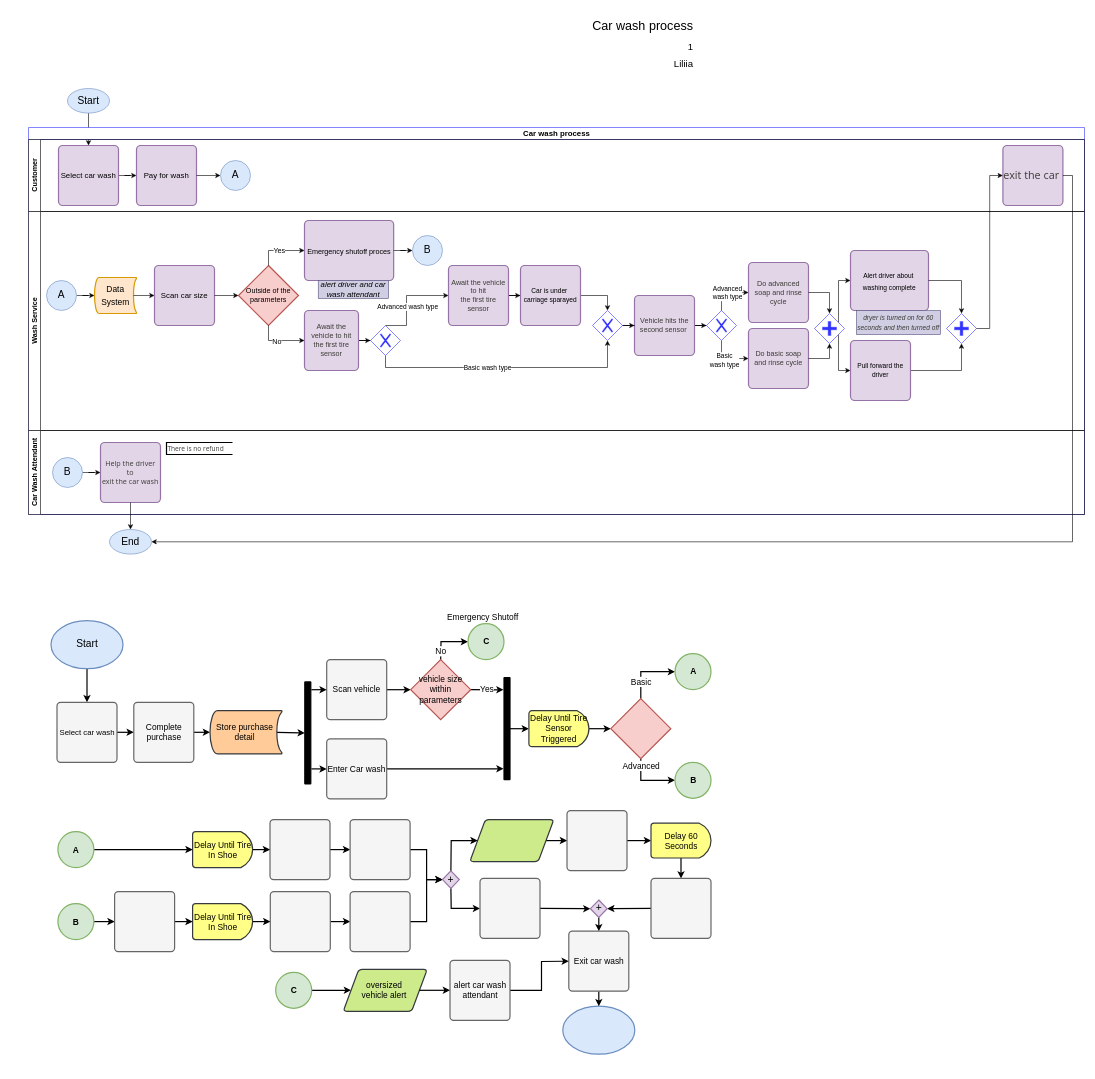
The draw.io diagram page "Page-13" (13 of 13) of Udemy_Diagram_1.drawio in lil971/FirstRepository, before the edit. Source tidied: cells renumbered, new cells numbered last; positions are measured from the earlier drawing's top-left corner, leaving out a move shared by most shapes. Both pictures are drawn from the tidied source at 60%, with x=0, y=0 at pixel (10, 10).
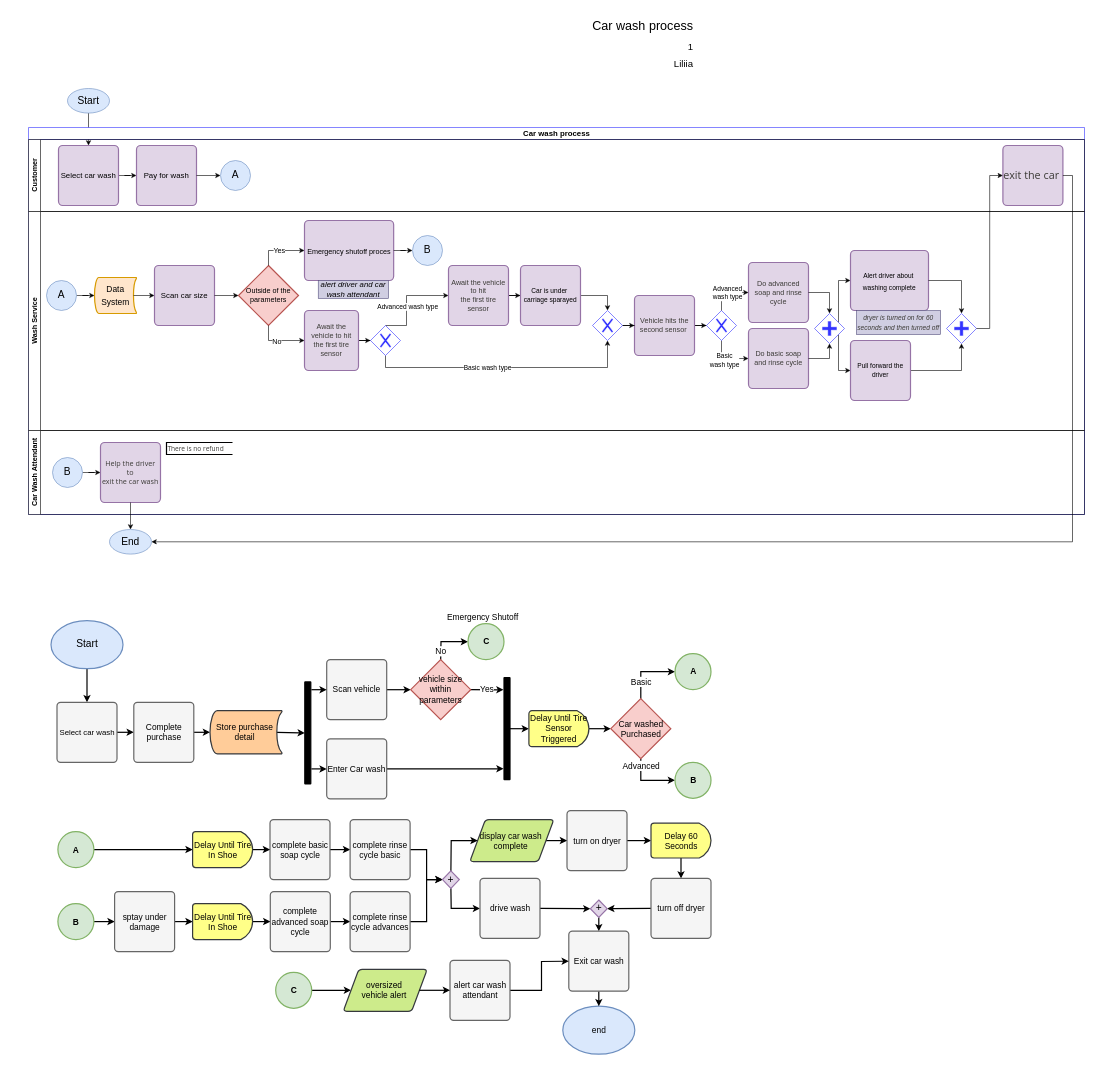
Above is the later version.

Change to the diagram source:
```diff
@@
-    <mxCell id="95" style="strokeWidth=2;html=1;shape=mxgraph.flowchart.decision;whiteSpace=wrap;rounded=0;shadow=0;fillColor=#f8cecc;fontSize=14;align=center;strokeColor=#b85450;" parent="1" vertex="1">
+    <mxCell id="95" value="Car washed Purchased" style="strokeWidth=2;html=1;shape=mxgraph.flowchart.decision;whiteSpace=wrap;rounded=0;shadow=0;fillColor=#f8cecc;fontSize=14;align=center;strokeColor=#b85450;" parent="1" vertex="1">
       <mxGeometry x="1000.5" y="1147" width="100" height="100" as="geometry" />
     </mxCell>
@@
-    <mxCell id="103" style="strokeWidth=2;html=1;shape=mxgraph.flowchart.process;whiteSpace=wrap;rounded=0;shadow=0;fillColor=#f5f5f5;fontSize=14;strokeColor=#666666;align=center;" parent="1" vertex="1">
+    <mxCell id="103" value="sptay under damage" style="strokeWidth=2;html=1;shape=mxgraph.flowchart.process;whiteSpace=wrap;rounded=0;shadow=0;fillColor=#f5f5f5;fontSize=14;strokeColor=#666666;align=center;" parent="1" vertex="1">
       <mxGeometry x="173.5" y="1468.5" width="100" height="100" as="geometry" />
     </mxCell>
@@
-    <mxCell id="105" style="strokeWidth=2;html=1;shape=mxgraph.flowchart.process;whiteSpace=wrap;rounded=0;shadow=0;fillColor=#f5f5f5;fontSize=14;strokeColor=#666666;align=center;" parent="1" vertex="1">
+    <mxCell id="105" value="&lt;span&gt;complete advanced soap cycle&lt;/span&gt;" style="strokeWidth=2;html=1;shape=mxgraph.flowchart.process;whiteSpace=wrap;rounded=0;shadow=0;fillColor=#f5f5f5;fontSize=14;strokeColor=#666666;align=center;" parent="1" vertex="1">
       <mxGeometry x="433" y="1468.5" width="100" height="100" as="geometry" />
     </mxCell>
@@
-    <mxCell id="107" style="strokeWidth=2;html=1;shape=mxgraph.flowchart.process;whiteSpace=wrap;rounded=0;shadow=0;fillColor=#f5f5f5;fontSize=14;strokeColor=#666666;align=center;" parent="1" vertex="1">
+    <mxCell id="107" value="&lt;span&gt;complete rinse cycle advances&lt;/span&gt;" style="strokeWidth=2;html=1;shape=mxgraph.flowchart.process;whiteSpace=wrap;rounded=0;shadow=0;fillColor=#f5f5f5;fontSize=14;strokeColor=#666666;align=center;" parent="1" vertex="1">
       <mxGeometry x="566" y="1468.5" width="100" height="100" as="geometry" />
     </mxCell>
@@
-    <mxCell id="109" style="strokeWidth=2;html=1;shape=mxgraph.flowchart.process;whiteSpace=wrap;rounded=0;shadow=0;fillColor=#f5f5f5;fontSize=14;strokeColor=#666666;align=center;" parent="1" vertex="1">
+    <mxCell id="109" value="complete basic soap cycle" style="strokeWidth=2;html=1;shape=mxgraph.flowchart.process;whiteSpace=wrap;rounded=0;shadow=0;fillColor=#f5f5f5;fontSize=14;strokeColor=#666666;align=center;" parent="1" vertex="1">
       <mxGeometry x="432.5" y="1348.5" width="100" height="100" as="geometry" />
     </mxCell>
@@
-    <mxCell id="111" style="strokeWidth=2;html=1;shape=mxgraph.flowchart.process;whiteSpace=wrap;rounded=0;shadow=0;fillColor=#f5f5f5;fontSize=14;strokeColor=#666666;align=center;" parent="1" vertex="1">
+    <mxCell id="111" value="complete rinse cycle basic" style="strokeWidth=2;html=1;shape=mxgraph.flowchart.process;whiteSpace=wrap;rounded=0;shadow=0;fillColor=#f5f5f5;fontSize=14;strokeColor=#666666;align=center;" parent="1" vertex="1">
       <mxGeometry x="566" y="1348.5" width="100" height="100" as="geometry" />
     </mxCell>
@@
-    <mxCell id="113" style="strokeWidth=2;html=1;shape=mxgraph.flowchart.process;whiteSpace=wrap;rounded=0;shadow=0;fillColor=#f5f5f5;fontSize=14;strokeColor=#666666;align=center;" parent="1" vertex="1">
+    <mxCell id="113" value="turn on dryer" style="strokeWidth=2;html=1;shape=mxgraph.flowchart.process;whiteSpace=wrap;rounded=0;shadow=0;fillColor=#f5f5f5;fontSize=14;strokeColor=#666666;align=center;" parent="1" vertex="1">
       <mxGeometry x="927.5" y="1333.5" width="100" height="100" as="geometry" />
     </mxCell>
@@
-    <mxCell id="123" style="verticalLabelPosition=middle;verticalAlign=middle;html=1;strokeWidth=2;shape=parallelogram;perimeter=parallelogramPerimeter;whiteSpace=wrap;rounded=1;arcSize=12;size=0.18571428571428733;shadow=0;fillColor=#cdeb8b;fontSize=14;align=center;labelPosition=center;strokeColor=#36393d;spacingLeft=-4;" parent="1" vertex="1">
+    <mxCell id="123" value="display car wash complete" style="verticalLabelPosition=middle;verticalAlign=middle;html=1;strokeWidth=2;shape=parallelogram;perimeter=parallelogramPerimeter;whiteSpace=wrap;rounded=1;arcSize=12;size=0.18571428571428733;shadow=0;fillColor=#cdeb8b;fontSize=14;align=center;labelPosition=center;strokeColor=#36393d;spacingLeft=-4;" parent="1" vertex="1">
       <mxGeometry x="765.5" y="1348.5" width="140" height="70" as="geometry" />
     </mxCell>
@@
-    <mxCell id="129" style="strokeWidth=2;html=1;shape=mxgraph.flowchart.process;whiteSpace=wrap;rounded=0;shadow=0;fillColor=#f5f5f5;fontSize=14;strokeColor=#666666;align=center;" parent="1" vertex="1">
+    <mxCell id="129" value="&lt;span&gt;turn off dryer&lt;/span&gt;" style="strokeWidth=2;html=1;shape=mxgraph.flowchart.process;whiteSpace=wrap;rounded=0;shadow=0;fillColor=#f5f5f5;fontSize=14;strokeColor=#666666;align=center;" parent="1" vertex="1">
       <mxGeometry x="1067.5" y="1446.5" width="100" height="100" as="geometry" />
     </mxCell>
-    <mxCell id="130" style="ellipse;whiteSpace=wrap;html=1;rounded=0;shadow=0;strokeWidth=2;fillColor=#dae8fc;fontSize=14;align=center;strokeColor=#6c8ebf;" parent="1" vertex="1">
+    <mxCell id="130" value="end" style="ellipse;whiteSpace=wrap;html=1;rounded=0;shadow=0;strokeWidth=2;fillColor=#dae8fc;fontSize=14;align=center;strokeColor=#6c8ebf;" parent="1" vertex="1">
       <mxGeometry x="920.5" y="1659.5" width="120" height="80" as="geometry" />
     </mxCell>
@@
-    <mxCell id="146" style="strokeWidth=2;html=1;shape=mxgraph.flowchart.process;whiteSpace=wrap;rounded=0;shadow=0;fillColor=#f5f5f5;fontSize=14;strokeColor=#666666;align=center;" parent="1" vertex="1">
+    <mxCell id="146" value="drive wash" style="strokeWidth=2;html=1;shape=mxgraph.flowchart.process;whiteSpace=wrap;rounded=0;shadow=0;fillColor=#f5f5f5;fontSize=14;strokeColor=#666666;align=center;" parent="1" vertex="1">
       <mxGeometry x="782.5" y="1446.5" width="100" height="100" as="geometry" />
     </mxCell>
```
